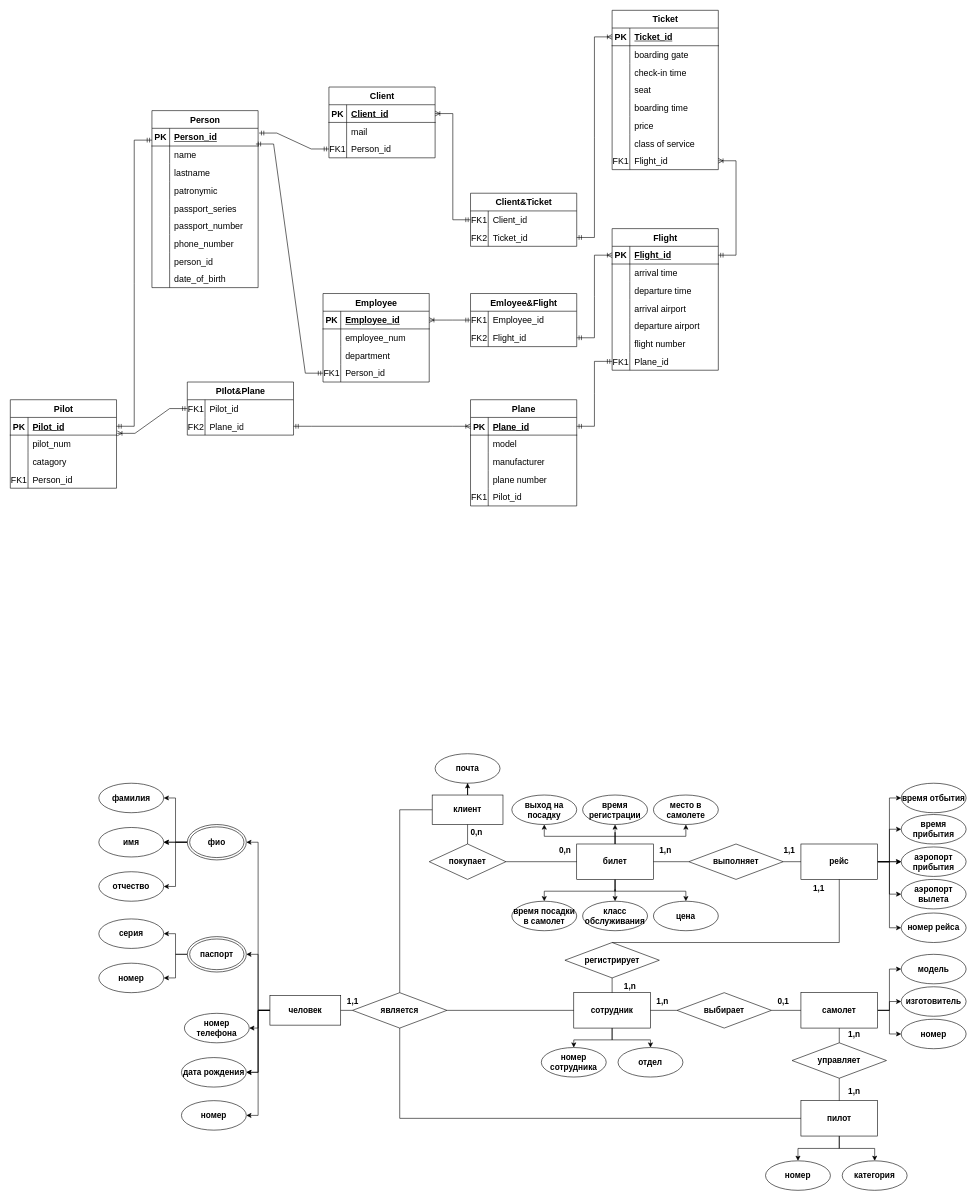
The draw.io diagram Untitled Diagram.drawio in tommanah/mephi, before the edit. Source tidied: cells renumbered, new cells numbered last; positions are measured from the earlier drawing's top-left corner, leaving out a move shared by most shapes. Both pictures are drawn from the tidied source at 59%, with x=0, y=0 at pixel (10, 10).
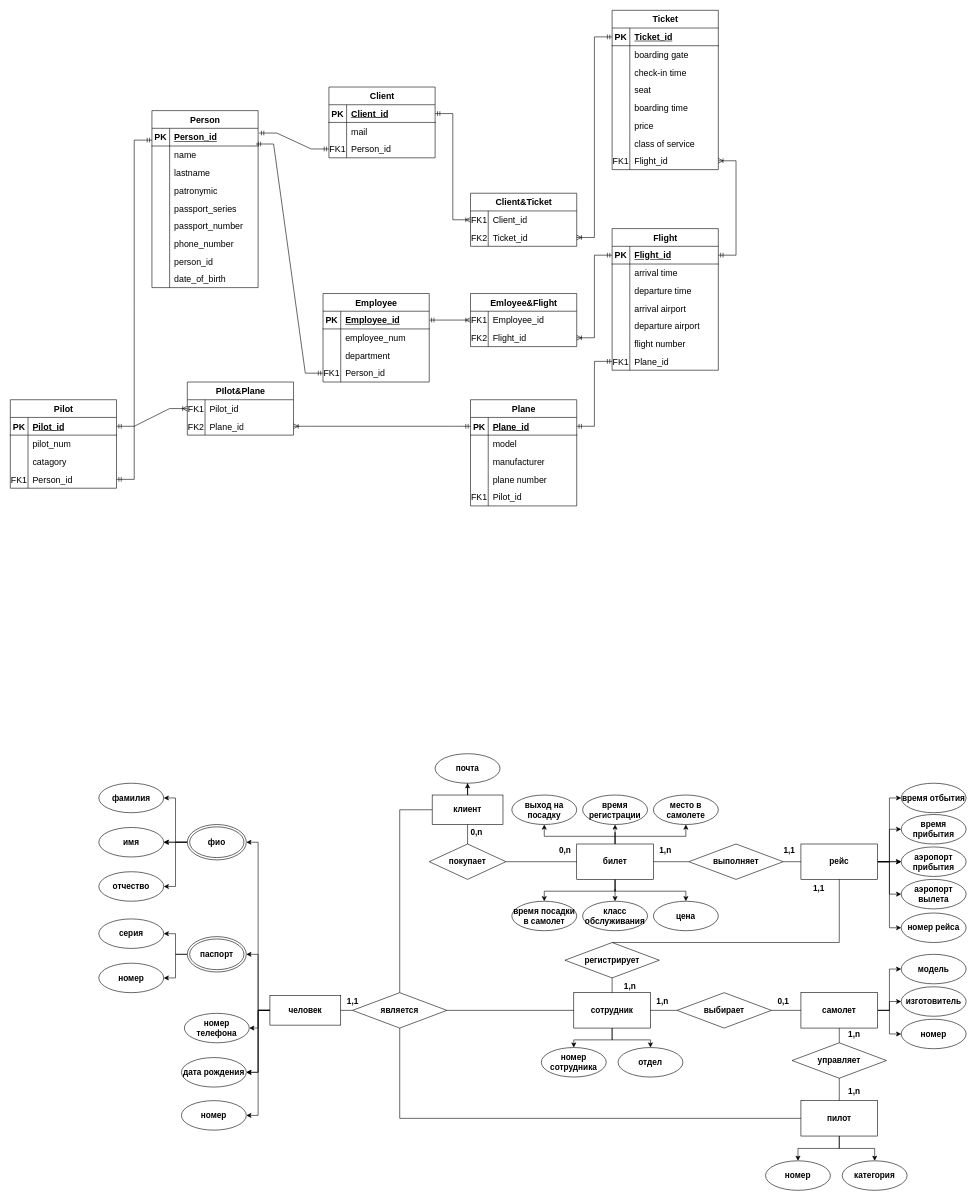
After the change.

The change refers to these unchanged cells:
```xml
<mxCell id="94" style="shape=tableRow;horizontal=0;startSize=0;swimlaneHead=0;swimlaneBody=0;fillColor=none;points=[[0,0.5],[1,0.5]];portConstraint=eastwest;top=0;left=0;right=0;bottom=1;fontSize=15;" parent="93" vertex="1">
  <mxGeometry y="30" width="180" height="30" as="geometry" />
</mxCell>
<mxCell id="122" style="shape=tableRow;horizontal=0;startSize=0;swimlaneHead=0;swimlaneBody=0;fillColor=none;points=[[0,0.5],[1,0.5]];portConstraint=eastwest;top=0;left=0;right=0;bottom=1;fontSize=15;" parent="121" vertex="1">
  <mxGeometry y="30" width="180" height="30" as="geometry" />
</mxCell>
<mxCell id="132" style="shape=tableRow;horizontal=0;startSize=0;swimlaneHead=0;swimlaneBody=0;fillColor=none;points=[[0,0.5],[1,0.5]];portConstraint=eastwest;top=0;left=0;right=0;bottom=1;fontSize=15;" parent="131" vertex="1">
  <mxGeometry y="30" width="180" height="30" as="geometry" />
</mxCell>
<mxCell id="157" style="shape=tableRow;horizontal=0;startSize=0;swimlaneHead=0;swimlaneBody=0;fillColor=none;points=[[0,0.5],[1,0.5]];portConstraint=eastwest;top=0;left=0;right=0;bottom=1;fontSize=15;" parent="156" vertex="1">
  <mxGeometry y="30" width="180" height="30" as="geometry" />
</mxCell>
<mxCell id="179" style="shape=tableRow;horizontal=0;startSize=0;swimlaneHead=0;swimlaneBody=0;fillColor=none;points=[[0,0.5],[1,0.5]];portConstraint=eastwest;top=0;left=0;right=0;bottom=1;fontSize=15;" parent="178" vertex="1">
  <mxGeometry y="30" width="180" height="30" as="geometry" />
</mxCell>
<mxCell id="192" style="shape=tableRow;horizontal=0;startSize=0;swimlaneHead=0;swimlaneBody=0;fillColor=none;points=[[0,0.5],[1,0.5]];portConstraint=eastwest;top=0;left=0;right=0;bottom=1;fontSize=15;" parent="191" vertex="1">
  <mxGeometry y="30" width="180" height="30" as="geometry" />
</mxCell>
<mxCell id="208" style="shape=tableRow;horizontal=0;startSize=0;swimlaneHead=0;swimlaneBody=0;fillColor=none;points=[[0,0.5],[1,0.5]];portConstraint=eastwest;top=0;left=0;right=0;bottom=1;fontSize=15;" parent="207" vertex="1">
  <mxGeometry y="30" width="180" height="30" as="geometry" />
</mxCell>
<mxCell id="217" style="shape=tableRow;horizontal=0;startSize=0;swimlaneHead=0;swimlaneBody=0;fillColor=none;points=[[0,0.5],[1,0.5]];portConstraint=eastwest;top=0;left=0;right=0;bottom=0;fontSize=15;" parent="207" vertex="1">
  <mxGeometry y="120" width="180" height="30" as="geometry" />
</mxCell>
<mxCell id="232" style="shape=tableRow;horizontal=0;startSize=0;swimlaneHead=0;swimlaneBody=0;fillColor=none;points=[[0,0.5],[1,0.5]];portConstraint=eastwest;top=0;left=0;right=0;bottom=0;fontSize=15;" parent="231" vertex="1">
  <mxGeometry y="30" width="180" height="30" as="geometry" />
</mxCell>
<mxCell id="235" style="shape=tableRow;horizontal=0;startSize=0;swimlaneHead=0;swimlaneBody=0;fillColor=none;points=[[0,0.5],[1,0.5]];portConstraint=eastwest;top=0;left=0;right=0;bottom=0;fontSize=15;" parent="231" vertex="1">
  <mxGeometry y="60" width="180" height="30" as="geometry" />
</mxCell>
<mxCell id="241" style="shape=tableRow;horizontal=0;startSize=0;swimlaneHead=0;swimlaneBody=0;fillColor=none;points=[[0,0.5],[1,0.5]];portConstraint=eastwest;top=0;left=0;right=0;bottom=0;fontSize=15;" parent="240" vertex="1">
  <mxGeometry y="30" width="180" height="30" as="geometry" />
</mxCell>
<mxCell id="244" style="shape=tableRow;horizontal=0;startSize=0;swimlaneHead=0;swimlaneBody=0;fillColor=none;points=[[0,0.5],[1,0.5]];portConstraint=eastwest;top=0;left=0;right=0;bottom=0;fontSize=15;" parent="240" vertex="1">
  <mxGeometry y="60" width="180" height="30" as="geometry" />
</mxCell>
<mxCell id="252" style="shape=tableRow;horizontal=0;startSize=0;swimlaneHead=0;swimlaneBody=0;fillColor=none;points=[[0,0.5],[1,0.5]];portConstraint=eastwest;top=0;left=0;right=0;bottom=0;fontSize=15;" parent="251" vertex="1">
  <mxGeometry y="30" width="180" height="30" as="geometry" />
</mxCell>
<mxCell id="255" style="shape=tableRow;horizontal=0;startSize=0;swimlaneHead=0;swimlaneBody=0;fillColor=none;points=[[0,0.5],[1,0.5]];portConstraint=eastwest;top=0;left=0;right=0;bottom=0;fontSize=15;" parent="251" vertex="1">
  <mxGeometry y="60" width="180" height="30" as="geometry" />
</mxCell>
```

Change to the diagram source:
```diff
@@
-    <mxCell id="238" style="edgeStyle=entityRelationEdgeStyle;fontSize=15;html=1;endArrow=ERoneToMany;startArrow=ERmandOne;rounded=0;exitX=0;exitY=0.5;exitDx=0;exitDy=0;entryX=1;entryY=0.5;entryDx=0;entryDy=0;" parent="1" edge="1" source="232" target="122">
+    <mxCell id="238" style="edgeStyle=entityRelationEdgeStyle;fontSize=15;html=1;endArrow=ERoneToMany;startArrow=ERmandOne;rounded=0;exitX=1;exitY=0.5;exitDx=0;exitDy=0;entryX=0;entryY=0.5;entryDx=0;entryDy=0;" parent="1" edge="1" source="122" target="232">
       <mxGeometry relative="1" as="geometry" />
     </mxCell>
-    <mxCell id="239" style="edgeStyle=entityRelationEdgeStyle;fontSize=15;html=1;endArrow=ERoneToMany;startArrow=ERmandOne;rounded=0;exitX=1;exitY=0.5;exitDx=0;exitDy=0;entryX=0;entryY=0.5;entryDx=0;entryDy=0;" parent="1" edge="1" source="235" target="132">
+    <mxCell id="239" style="edgeStyle=entityRelationEdgeStyle;fontSize=15;html=1;endArrow=ERoneToMany;startArrow=ERmandOne;rounded=0;entryX=1;entryY=0.5;entryDx=0;entryDy=0;exitX=0;exitY=0.5;exitDx=0;exitDy=0;" parent="1" edge="1" source="132" target="235">
       <mxGeometry relative="1" as="geometry" />
     </mxCell>
@@
-    <mxCell id="247" style="edgeStyle=entityRelationEdgeStyle;fontSize=15;html=1;endArrow=ERoneToMany;startArrow=ERmandOne;rounded=0;exitX=0;exitY=0.5;exitDx=0;exitDy=0;entryX=1;entryY=0.5;entryDx=0;entryDy=0;" parent="1" edge="1" source="241" target="179">
-      <mxGeometry relative="1" as="geometry" />
-    </mxCell>
-    <mxCell id="248" style="edgeStyle=entityRelationEdgeStyle;fontSize=15;html=1;endArrow=ERoneToMany;startArrow=ERmandOne;rounded=0;exitX=1;exitY=0.5;exitDx=0;exitDy=0;entryX=0;entryY=0.5;entryDx=0;entryDy=0;" parent="1" edge="1" source="244" target="157">
+    <mxCell id="248" style="edgeStyle=entityRelationEdgeStyle;fontSize=15;html=1;endArrow=ERoneToMany;startArrow=ERmandOne;rounded=0;entryX=1;entryY=0.5;entryDx=0;entryDy=0;exitX=0;exitY=0.5;exitDx=0;exitDy=0;" parent="1" edge="1" source="157" target="244">
       <mxGeometry relative="1" as="geometry" />
     </mxCell>
@@
-    <mxCell id="250" style="edgeStyle=entityRelationEdgeStyle;fontSize=15;html=1;endArrow=ERmandOne;startArrow=ERmandOne;rounded=0;exitX=1;exitY=0.5;exitDx=0;exitDy=0;entryX=0;entryY=0.667;entryDx=0;entryDy=0;entryPerimeter=0;" parent="1" edge="1" source="208" target="94">
+    <mxCell id="250" style="edgeStyle=entityRelationEdgeStyle;fontSize=15;html=1;endArrow=ERmandOne;startArrow=ERmandOne;rounded=0;exitX=1;exitY=0.5;exitDx=0;exitDy=0;entryX=0;entryY=0.667;entryDx=0;entryDy=0;entryPerimeter=0;" parent="1" edge="1" source="217" target="94">
       <mxGeometry relative="1" as="geometry" />
     </mxCell>
@@
-    <mxCell id="258" style="edgeStyle=entityRelationEdgeStyle;fontSize=15;html=1;endArrow=ERoneToMany;startArrow=ERmandOne;rounded=0;exitX=0;exitY=0.5;exitDx=0;exitDy=0;entryX=1.007;entryY=0.9;entryDx=0;entryDy=0;entryPerimeter=0;" parent="1" edge="1" source="252" target="208">
+    <mxCell id="258" style="edgeStyle=entityRelationEdgeStyle;fontSize=15;html=1;endArrow=ERoneToMany;startArrow=ERmandOne;rounded=0;exitX=1;exitY=0.5;exitDx=0;exitDy=0;entryX=0;entryY=0.5;entryDx=0;entryDy=0;" parent="1" edge="1" source="208" target="252">
       <mxGeometry relative="1" as="geometry" />
     </mxCell>
-    <mxCell id="259" style="edgeStyle=entityRelationEdgeStyle;fontSize=15;html=1;endArrow=ERoneToMany;startArrow=ERmandOne;rounded=0;exitX=1;exitY=0.5;exitDx=0;exitDy=0;entryX=0;entryY=0.5;entryDx=0;entryDy=0;" parent="1" edge="1" source="255" target="192">
+    <mxCell id="259" style="edgeStyle=entityRelationEdgeStyle;fontSize=15;html=1;endArrow=ERoneToMany;startArrow=ERmandOne;rounded=0;entryX=1;entryY=0.5;entryDx=0;entryDy=0;exitX=0;exitY=0.5;exitDx=0;exitDy=0;" parent="1" edge="1" source="192" target="255">
       <mxGeometry relative="1" as="geometry" />
     </mxCell>
+    <mxCell id="260" style="edgeStyle=entityRelationEdgeStyle;fontSize=12;html=1;endArrow=ERoneToMany;startArrow=ERmandOne;rounded=0;exitX=1;exitY=0.5;exitDx=0;exitDy=0;entryX=0;entryY=0.5;entryDx=0;entryDy=0;" parent="1" edge="1" source="179" target="241">
+      <mxGeometry relative="1" as="geometry" />
+    </mxCell>
```
